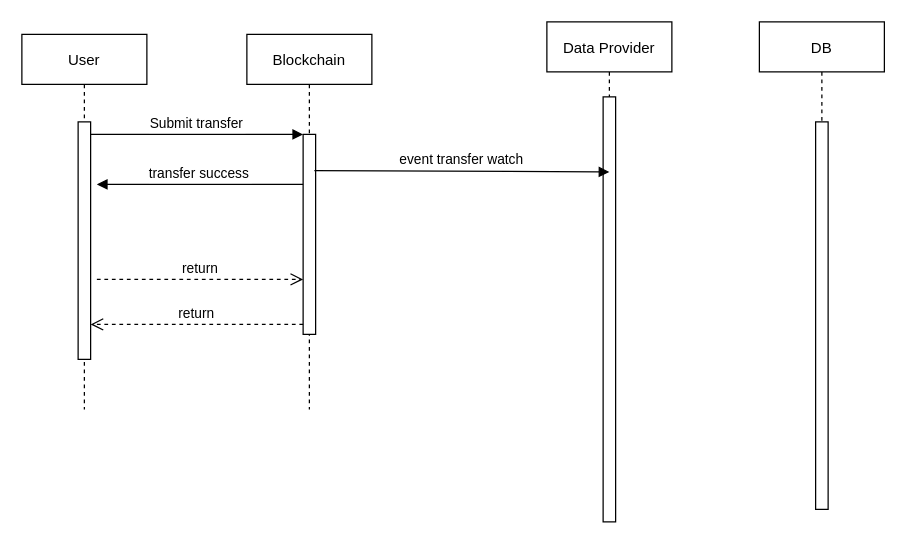
thienma1258/dive-in keeps this draw.io diagram as design/Untitled Diagram.drawio. Above is the earlier version. Source tidied: cells renumbered, new cells numbered last; positions are measured from the earlier drawing's top-left corner, leaving out a move shared by most shapes. Both pictures are drawn from the tidied source at 125%, with x=0, y=0 at pixel (21, 21).
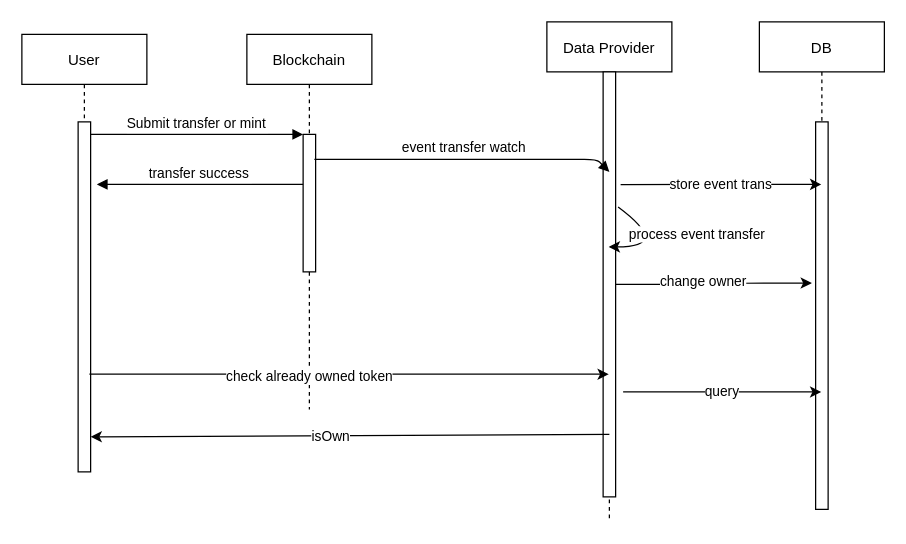
Above is the later version.

The change refers to these unchanged cells:
```xml
<mxCell id="4" value="Blockchain" style="shape=umlLifeline;perimeter=lifelinePerimeter;rounded=0;shadow=0;strokeWidth=1;" parent="1" vertex="1">
  <mxGeometry x="180" y="10" width="100" height="300" as="geometry" />
</mxCell>
<mxCell id="10" value="Data Provider" style="shape=umlLifeline;perimeter=lifelinePerimeter;rounded=0;shadow=0;strokeWidth=1;" parent="1" vertex="1">
  <mxGeometry x="420" width="100" height="400" as="geometry" />
</mxCell>
<mxCell id="13" value="DB" style="shape=umlLifeline;perimeter=lifelinePerimeter;rounded=0;shadow=0;strokeWidth=1;" parent="1" vertex="1">
  <mxGeometry x="590" width="100" height="390" as="geometry" />
</mxCell>
<mxCell id="14" style="points=[];perimeter=orthogonalPerimeter;rounded=0;shadow=0;strokeWidth=1;" parent="13" vertex="1">
  <mxGeometry x="45" y="80" width="10" height="310" as="geometry" />
</mxCell>
```

What changed in the source:
```diff
@@
     <mxCell id="2" value="User" style="shape=umlLifeline;perimeter=lifelinePerimeter;rounded=0;shadow=0;strokeWidth=1;" parent="1" vertex="1">
-      <mxGeometry y="10" width="100" height="300" as="geometry" />
+      <mxGeometry y="10" width="100" height="350" as="geometry" />
     </mxCell>
     <mxCell id="3" style="points=[];perimeter=orthogonalPerimeter;rounded=0;shadow=0;strokeWidth=1;" parent="2" vertex="1">
-      <mxGeometry x="45" y="70" width="10" height="190" as="geometry" />
+      <mxGeometry x="45" y="70" width="10" height="280" as="geometry" />
     </mxCell>
@@
     <mxCell id="5" style="points=[];perimeter=orthogonalPerimeter;rounded=0;shadow=0;strokeWidth=1;" parent="4" vertex="1">
-      <mxGeometry x="45" y="80" width="10" height="160" as="geometry" />
+      <mxGeometry x="45" y="80" width="10" height="110" as="geometry" />
     </mxCell>
-    <mxCell id="6" value="return" style="verticalAlign=bottom;endArrow=open;dashed=1;endSize=8;exitX=0;exitY=0.95;shadow=0;strokeWidth=1;" parent="1" edge="1" source="5" target="3">
-      <mxGeometry relative="1" as="geometry" />
-    </mxCell>
-    <mxCell id="7" value="Submit transfer" style="verticalAlign=bottom;endArrow=block;entryX=0;entryY=0;shadow=0;strokeWidth=1;" parent="1" edge="1" source="3" target="5">
+    <mxCell id="7" value="Submit transfer or mint" style="verticalAlign=bottom;endArrow=block;entryX=0;entryY=0;shadow=0;strokeWidth=1;" parent="1" edge="1" source="3" target="5">
       <mxGeometry relative="1" as="geometry" />
     </mxCell>
@@
-    <mxCell id="9" value="return" style="verticalAlign=bottom;endArrow=open;dashed=1;endSize=8;exitX=1;exitY=0.95;shadow=0;strokeWidth=1;" parent="1" edge="1" target="5">
-      <mxGeometry relative="1" as="geometry">
-        <mxPoint x="60" y="206" as="sourcePoint" />
-      </mxGeometry>
-    </mxCell>
@@
     <mxCell id="11" style="points=[];perimeter=orthogonalPerimeter;rounded=0;shadow=0;strokeWidth=1;" parent="10" vertex="1">
-      <mxGeometry x="45" y="60" width="10" height="340" as="geometry" />
+      <mxGeometry x="45" y="40" width="10" height="340" as="geometry" />
     </mxCell>
+    <mxCell id="15" value="process event transfer" style="endArrow=classic;html=1;exitX=1.2;exitY=0.318;exitDx=0;exitDy=0;exitPerimeter=0;curved=1;" parent="10" edge="1" source="11" target="10">
+      <mxGeometry x="0.03" y="-22" relative="1" as="geometry">
+        <Array as="points">
+          <mxPoint x="100" y="180" />
+        </Array>
+        <mxPoint x="20" y="12" as="offset" />
+      </mxGeometry>
+    </mxCell>
     <mxCell id="12" value="event transfer watch" style="verticalAlign=bottom;endArrow=block;shadow=0;strokeWidth=1;exitX=0.9;exitY=0.181;exitDx=0;exitDy=0;exitPerimeter=0;" parent="1" edge="1" source="5">
       <mxGeometry relative="1" as="geometry">
         <mxPoint x="470" y="120" as="targetPoint" />
         <Array as="points">
+          <mxPoint x="460" y="110" />
           <mxPoint x="470" y="120" />
         </Array>
       </mxGeometry>
     </mxCell>
@@
+    <mxCell id="16" value="store event trans" style="endArrow=classic;html=1;rounded=0;exitX=1.4;exitY=0.265;exitDx=0;exitDy=0;exitPerimeter=0;" parent="1" edge="1" source="11" target="13">
+      <mxGeometry relative="1" as="geometry">
+        <Array as="points">
+          <mxPoint x="550" y="130" />
+        </Array>
+      </mxGeometry>
+    </mxCell>
+    <mxCell id="17" style="edgeStyle=orthogonalEdgeStyle;curved=1;jettySize=auto;html=1;entryX=-0.3;entryY=0.416;entryDx=0;entryDy=0;entryPerimeter=0;" parent="1" edge="1" source="11" target="14">
+      <mxGeometry relative="1" as="geometry" />
+    </mxCell>
+    <mxCell id="18" value="change owner" style="edgeLabel;html=1;align=center;verticalAlign=middle;" parent="17" vertex="1">
+      <mxGeometry x="-0.13" y="3" relative="1" as="geometry" />
+    </mxCell>
+    <mxCell id="19" style="endArrow=classic;html=1;curved=1;exitX=0.9;exitY=0.721;exitDx=0;exitDy=0;exitPerimeter=0;" parent="1" edge="1" source="3" target="10">
+      <mxGeometry relative="1" as="geometry" />
+    </mxCell>
+    <mxCell id="20" value="check already owned token" style="edgeLabel;html=1;align=center;verticalAlign=middle;" parent="19" vertex="1">
+      <mxGeometry x="-0.16" y="-2" relative="1" as="geometry" />
+    </mxCell>
+    <mxCell id="21" value="query" style="endArrow=classic;html=1;curved=1;exitX=1.6;exitY=0.753;exitDx=0;exitDy=0;exitPerimeter=0;" parent="1" edge="1" source="11" target="13">
+      <mxGeometry relative="1" as="geometry" />
+    </mxCell>
+    <mxCell id="22" style="endArrow=classic;html=1;rounded=0;entryX=1;entryY=0.9;entryDx=0;entryDy=0;entryPerimeter=0;exitX=0.5;exitY=0.853;exitDx=0;exitDy=0;exitPerimeter=0;" parent="1" edge="1" source="11" target="3">
+      <mxGeometry relative="1" as="geometry" />
+    </mxCell>
+    <mxCell id="23" value="isOwn" style="edgeLabel;html=1;align=center;verticalAlign=middle;" parent="22" vertex="1">
+      <mxGeometry x="0.08" relative="1" as="geometry" />
+    </mxCell>
```
